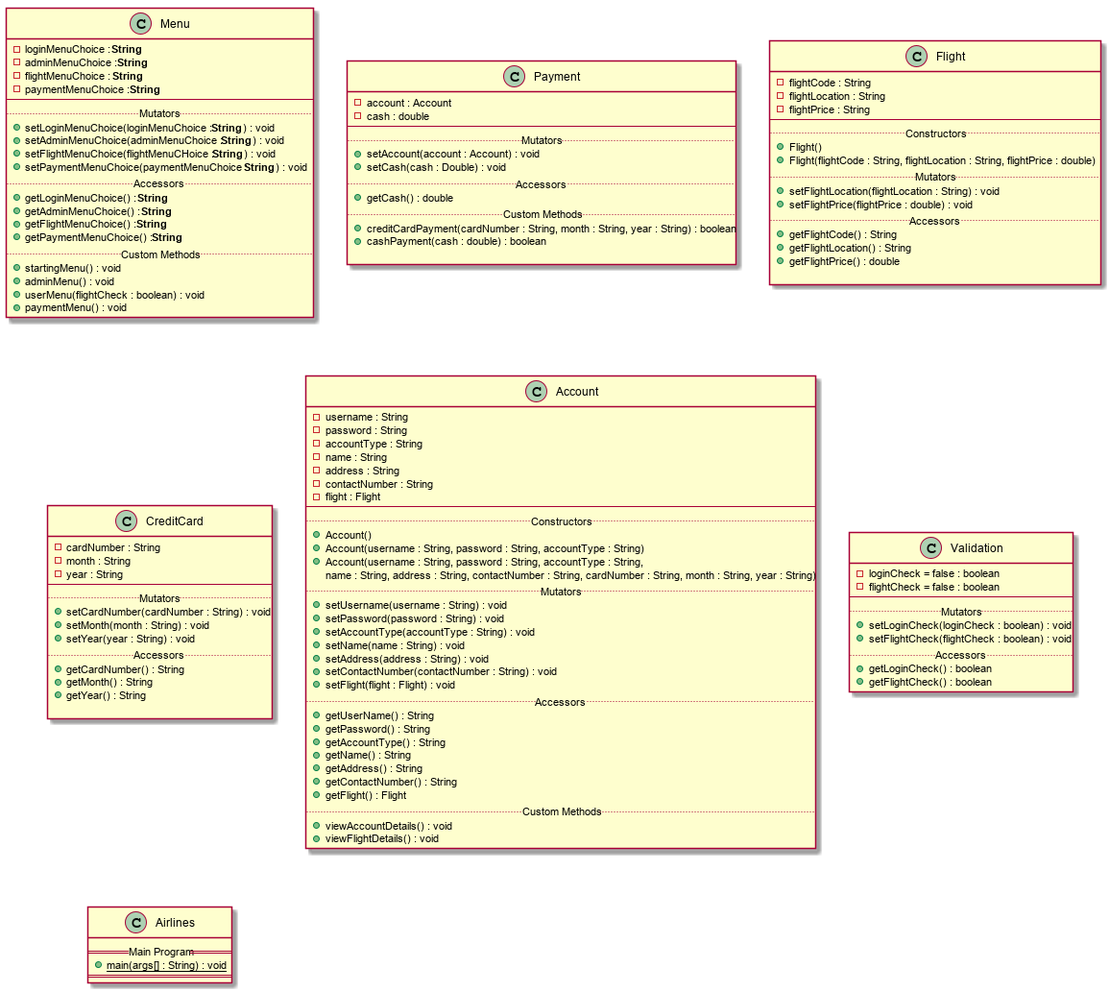
The PlantUML diagram out/Java Projects/Grade 11/DeGuzmanIAN-Llantos_JavaAirlines/Descriptions-Diagrams/ClassDiagrams/ClassDiagrams.png in metaeatscake/schoolfiles, before a commit. Its diagram source:
```plantuml
@startuml
class Menu
{
    -loginMenuChoice : <b>String</b>
    -adminMenuChoice : <b>String</b>
    -flightMenuChoice : <b>String</b>
    -paymentMenuChoice : <b>String</b>
    --
    ..Mutators..
    +setLoginMenuChoice(loginMenuChoice : <b>String</b>) : void
    +setAdminMenuChoice(adminMenuChoice : <b>String</b>) : void
    +setFlightMenuChoice(flightMenuCHoice : <b>String</b>) : void
    +setPaymentMenuChoice(paymentMenuChoice : <b>String</b>) : void
    ..Accessors..
    +getLoginMenuChoice() : <b>String</b>
    +getAdminMenuChoice() : <b>String</b>
    +getFlightMenuChoice() : <b>String</b>
    +getPaymentMenuChoice() : <b>String</b>
    ..Custom Methods..
    +startingMenu() : void
    +adminMenu() : void
    +userMenu(flightCheck : boolean) : void
    +paymentMenu() : void
}

class Payment
{
    -account : Account
    -cash : double
    --
    ..Mutators..
    +setAccount(account : Account) : void
    +setCash(cash : Double) : void
    ..Accessors..
    +getCash() : double
    ..Custom Methods..
    +creditCardPayment(cardNumber : String, month : String, year : String) : boolean
    +cashPayment(cash : double) : boolean

}

class Flight
{
    -flightCode : String
    -flightLocation : String
    -flightPrice : String
    --
    ..Constructors..
    +Flight()
    +Flight(flightCode : String, flightLocation : String, flightPrice : double)
    ..Mutators..
    +setFlightLocation(flightLocation : String) : void
    +setFlightPrice(flightPrice : double) : void
    ..Accessors..
    +getFlightCode() : String
    +getFlightLocation() : String
    +getFlightPrice() : double

}

class CreditCard
{
    -cardNumber : String
    -month : String
    -year : String
    --
    ..Mutators..
    +setCardNumber(cardNumber : String) : void
    +setMonth(month : String) : void
    +setYear(year : String) : void
    ..Accessors..
    +getCardNumber() : String
    +getMonth() : String
    +getYear() : String

}

class Account
{
    -username : String
    -password : String
    -accountType : String
    -name : String
    -address : String
    -contactNumber : String
    -flight : Flight
    --
    ..Constructors..
    +Account()
    +Account(username : String, password : String, accountType : String)
    +Account(username : String, password : String, accountType : String,
    name : String, address : String, contactNumber : String, cardNumber : String, month : String, year : String)
    ..Mutators..
    +setUsername(username : String) : void
    +setPassword(password : String) : void
    +setAccountType(accountType : String) : void
    +setName(name : String) : void
    +setAddress(address : String) : void
    +setContactNumber(contactNumber : String) : void
    +setFlight(flight : Flight) : void
    ..Accessors..
    +getUserName() : String
    +getPassword() : String
    +getAccountType() : String
    +getName() : String
    +getAddress() : String
    +getContactNumber() : String
    +getFlight() : Flight
    ..Custom Methods..
    +viewAccountDetails() : void
    +viewFlightDetails() : void
}

class Validation
{
    -loginCheck = false : boolean
    -flightCheck = false : boolean
    --
    ..Mutators..
    +setLoginCheck(loginCheck : boolean) : void
    +setFlightCheck(flightCheck : boolean) : void
    ..Accessors..
    +getLoginCheck() : boolean
    +getFlightCheck() : boolean
}

class Airlines
{
    ==Main Program==
    +{static}main(args[] : String) : void
    ==
}



@enduml
```
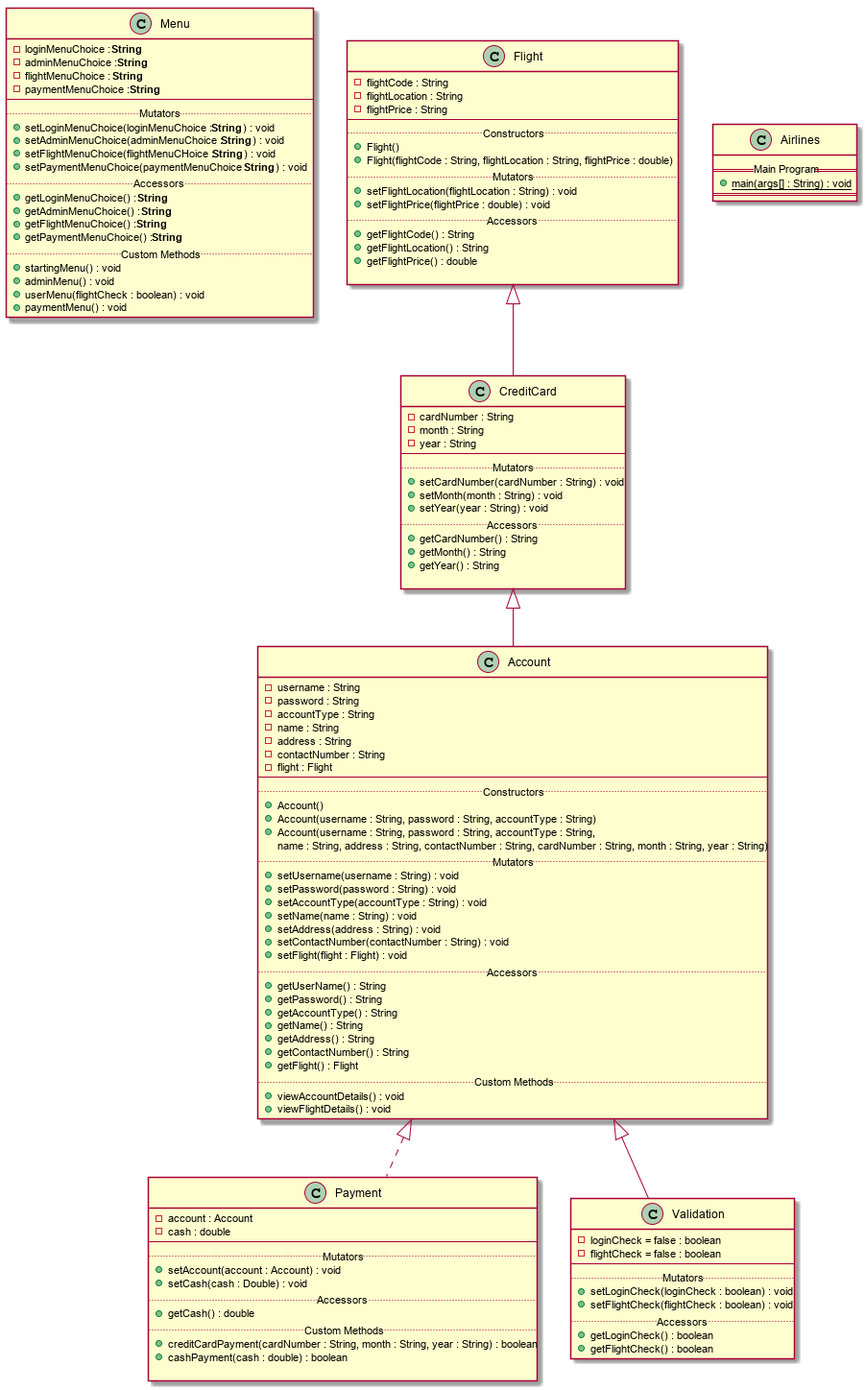
The same file after the commit.

What changed in the source:
```diff
@@ -131,6 +131,10 @@
     ==
 }
 
+Flight <|-- CreditCard
+CreditCard <|-- Account
+Account <|-- Validation
 
+Account <|.. Payment
 
 @enduml
```
